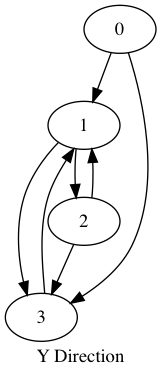
Before: cmake-build-release/tmp_1.png, a diagram exported from Graphviz (KIKI007/FrameInterlock). Its source is kept beside it as cmake-build-release/tmp_1.dot.
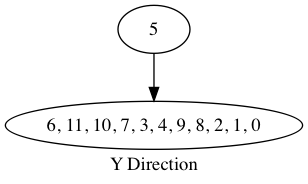
The same diagram one commit later.

The edit, as a diff of the source:
```diff
@@ -1,9 +1,3 @@
 digraph {
-label="Y Direction"0 -> 1
-0 -> 3
-1 -> 2
-1 -> 3
-2 -> 1
-2 -> 3
-3 -> 1
+label="Y Direction"5 -> "6, 11, 10, 7, 3, 4, 9, 8, 2, 1, 0"
 }
```
